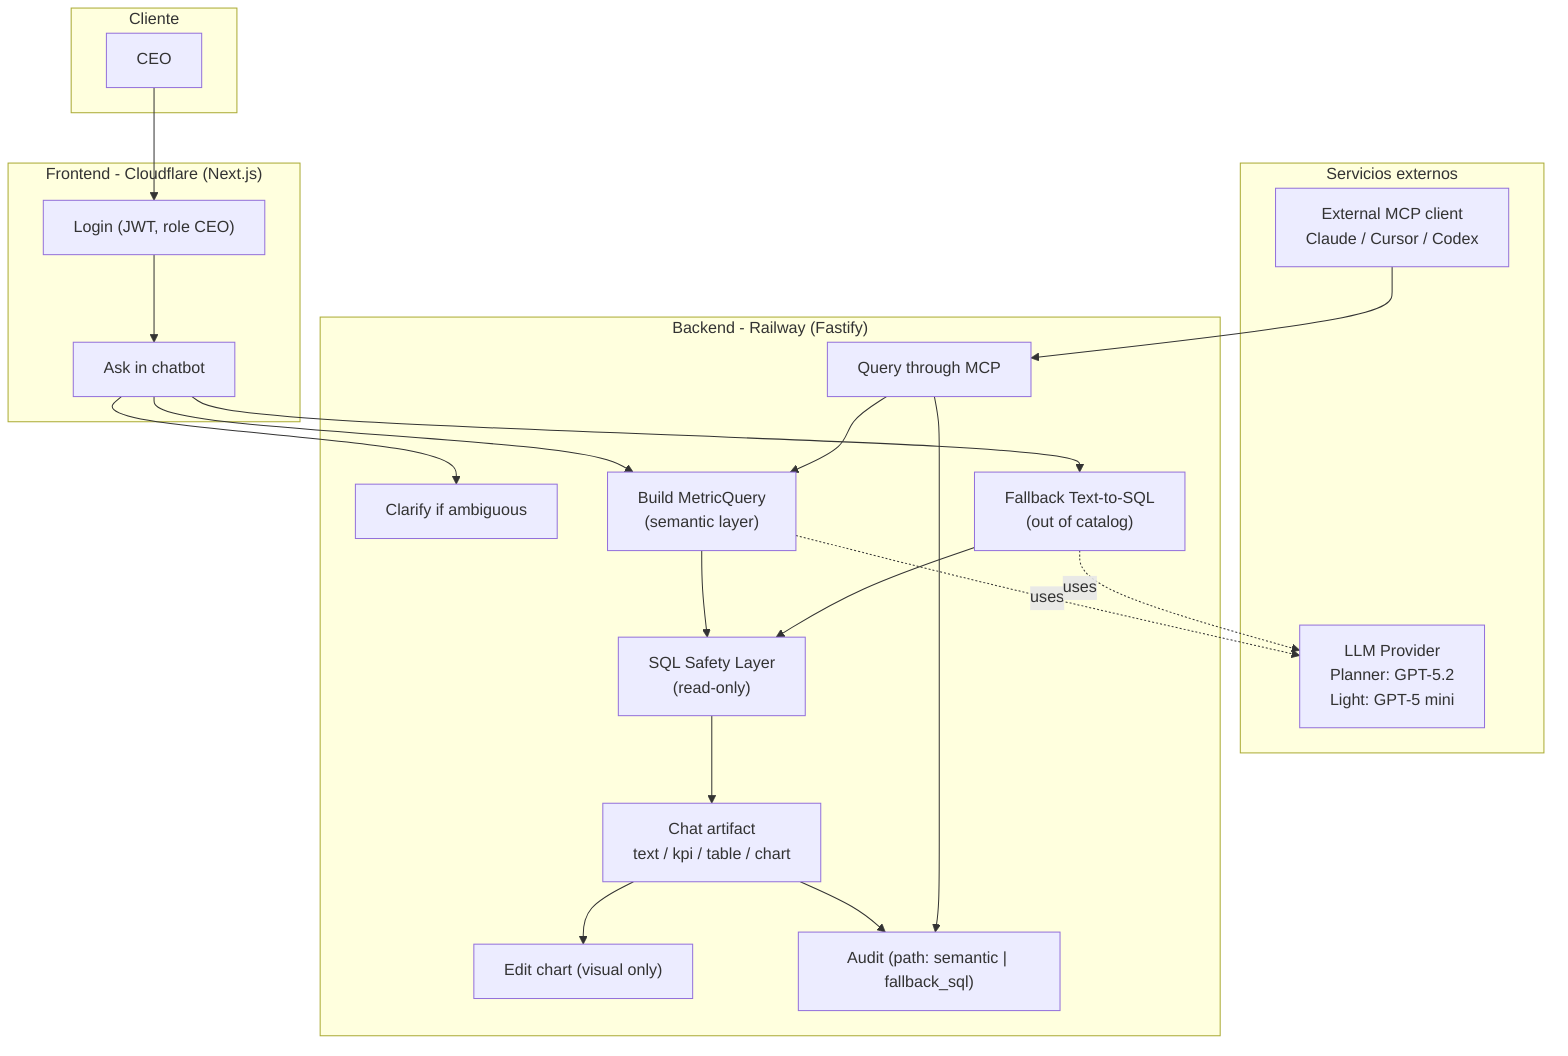
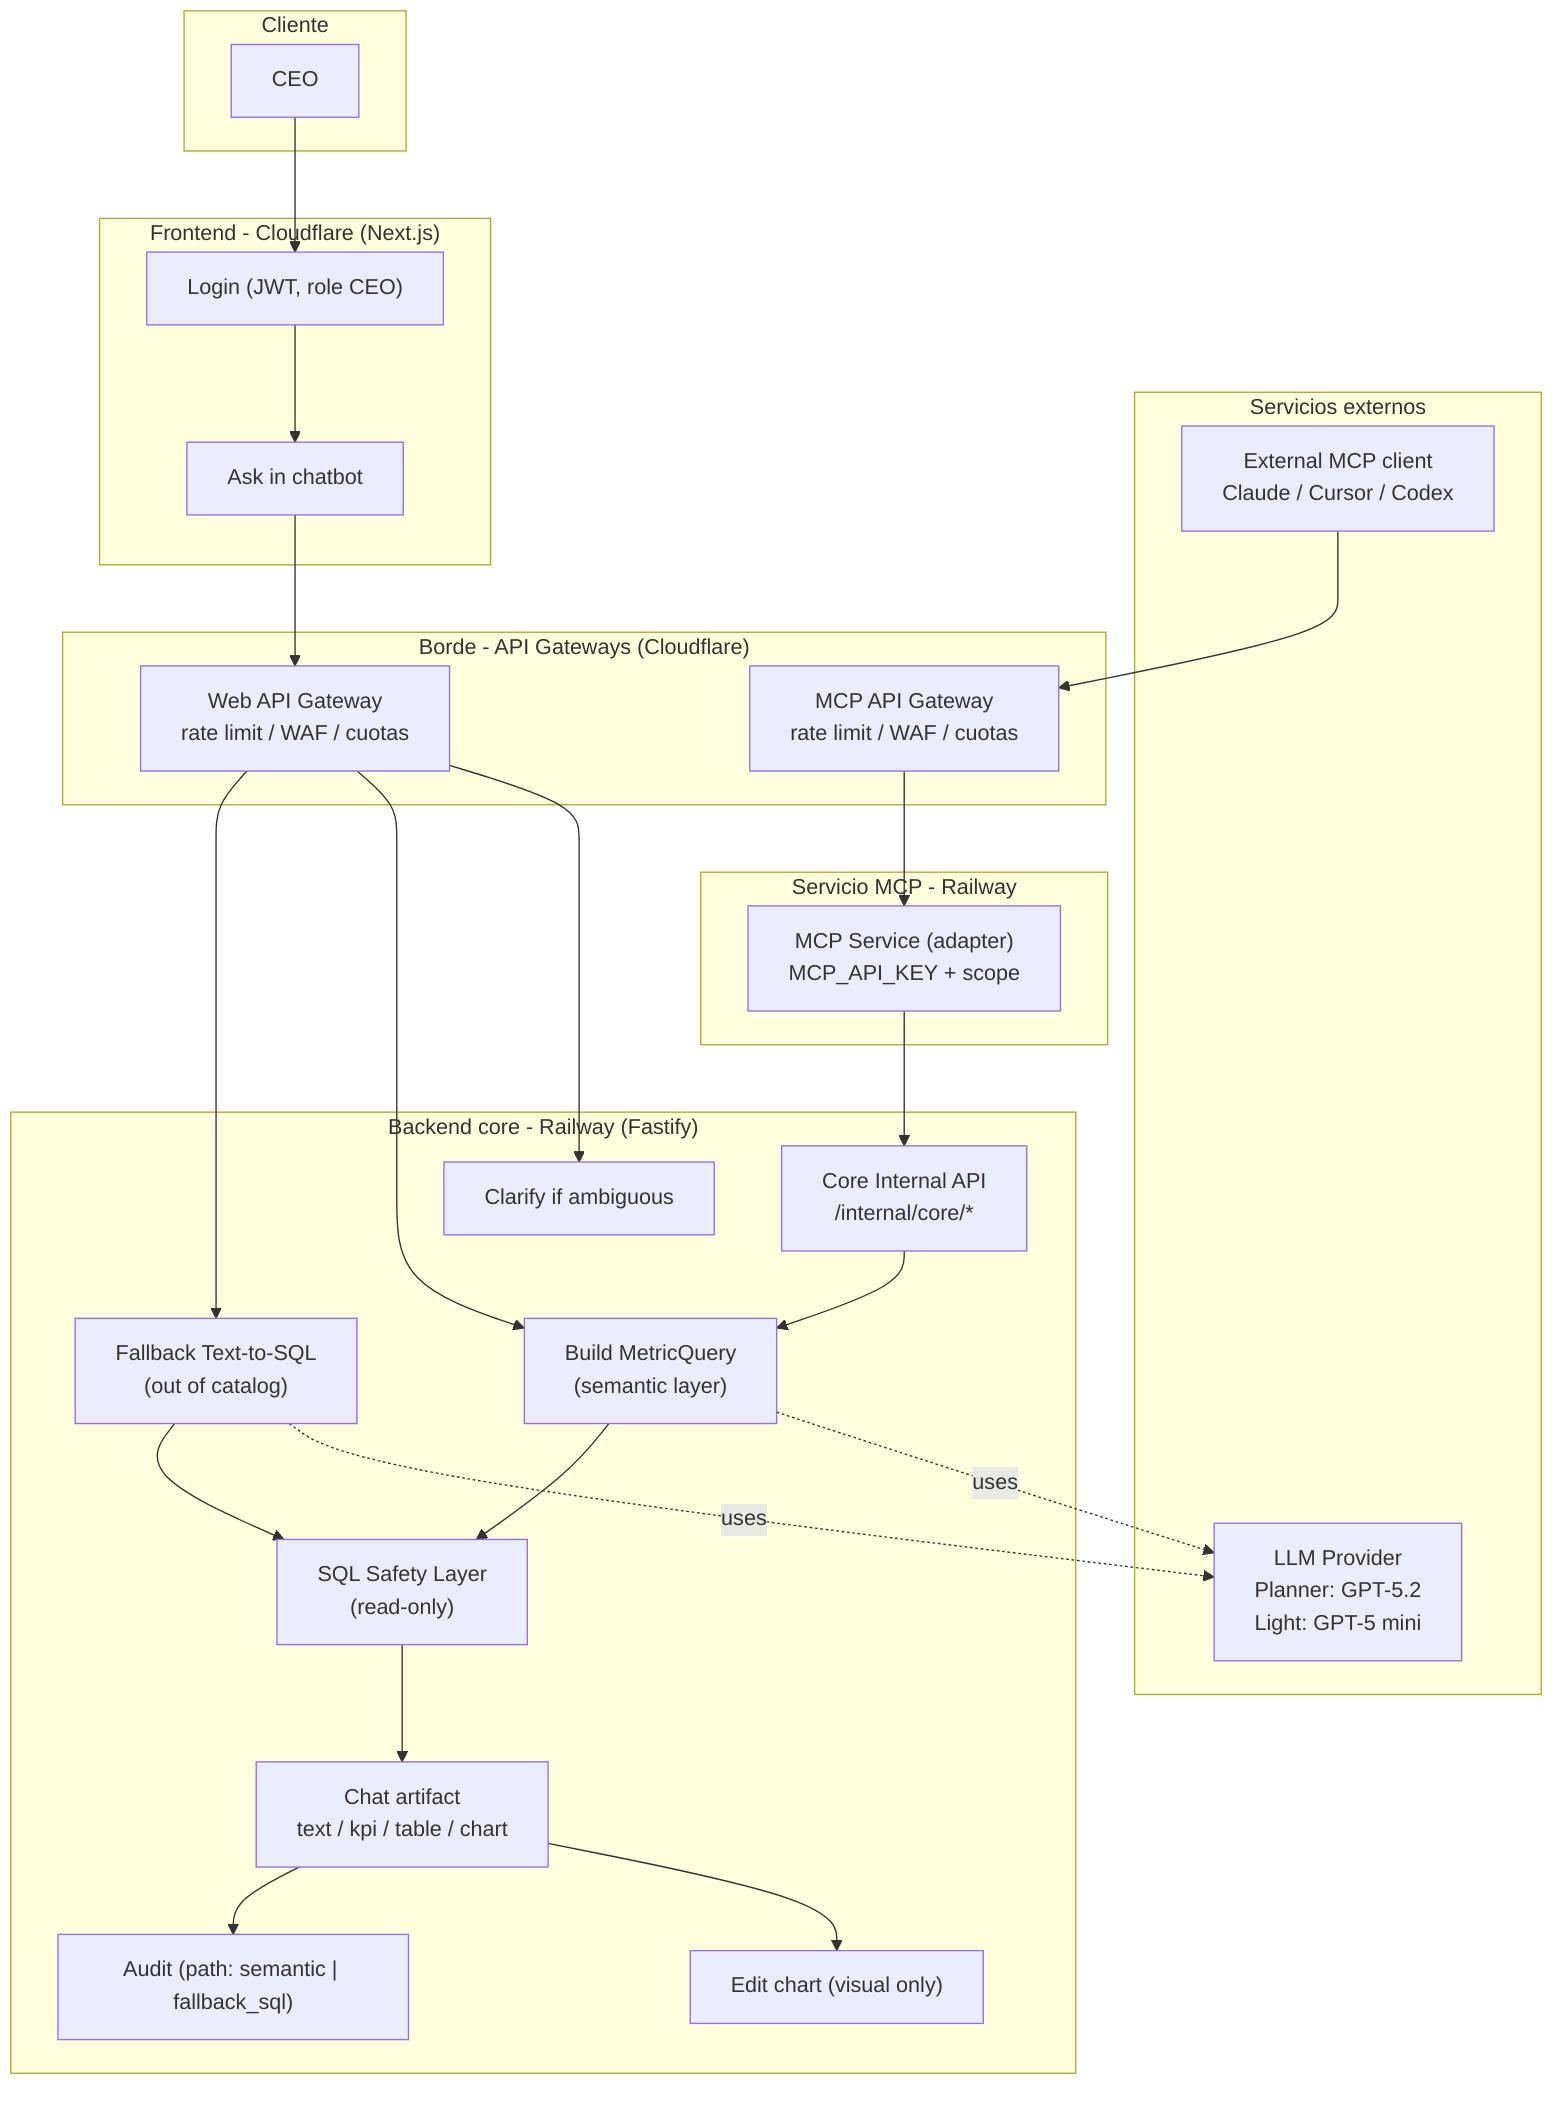
flowchart TB
  subgraph client["Cliente"]
    CEO["CEO"]
  end

  subgraph external["Servicios externos"]
    External["External MCP client\nClaude / Cursor / Codex"]
    LLM["LLM Provider\nPlanner: GPT-5.2\nLight: GPT-5 mini"]
  end

+   subgraph edge["Borde - API Gateways (Cloudflare)"]
+     WebGW["Web API Gateway\nrate limit / WAF / cuotas"]
+     McpGW["MCP API Gateway\nrate limit / WAF / cuotas"]
+   end
+ 
  subgraph frontend["Frontend - Cloudflare (Next.js)"]
    Login["Login (JWT, role CEO)"]
    Chat["Ask in chatbot"]
  end

-   subgraph backend["Backend - Railway (Fastify)"]
+   subgraph mcpsvc["Servicio MCP - Railway"]
+     MCPsvc["MCP Service (adapter)\nMCP_API_KEY + scope"]
+   end
+ 
+   subgraph backend["Backend core - Railway (Fastify)"]
+     CoreAPI["Core Internal API\n/internal/core/*"]
    Clarify["Clarify if ambiguous"]
    Metric["Build MetricQuery\n(semantic layer)"]
    Fallback["Fallback Text-to-SQL\n(out of catalog)"]
    Safety["SQL Safety Layer\n(read-only)"]
    Artifact["Chat artifact\ntext / kpi / table / chart"]
    EditChart["Edit chart (visual only)"]
-     MCPQuery["Query through MCP"]
    Audit["Audit (path: semantic | fallback_sql)"]
  end

  CEO --> Login
  Login --> Chat
-   Chat --> Clarify
-   Chat --> Metric
-   Chat --> Fallback
+   Chat --> WebGW
+   WebGW --> Clarify
+   WebGW --> Metric
+   WebGW --> Fallback
+   External --> McpGW
+   McpGW --> MCPsvc
+   MCPsvc --> CoreAPI
+   CoreAPI --> Metric
  Metric -. "uses" .-> LLM
  Fallback -. "uses" .-> LLM
  Metric --> Safety
  Fallback --> Safety
  Safety --> Artifact
  Artifact --> EditChart
  Artifact --> Audit
-   External --> MCPQuery
-   MCPQuery --> Metric
-   MCPQuery --> Audit
